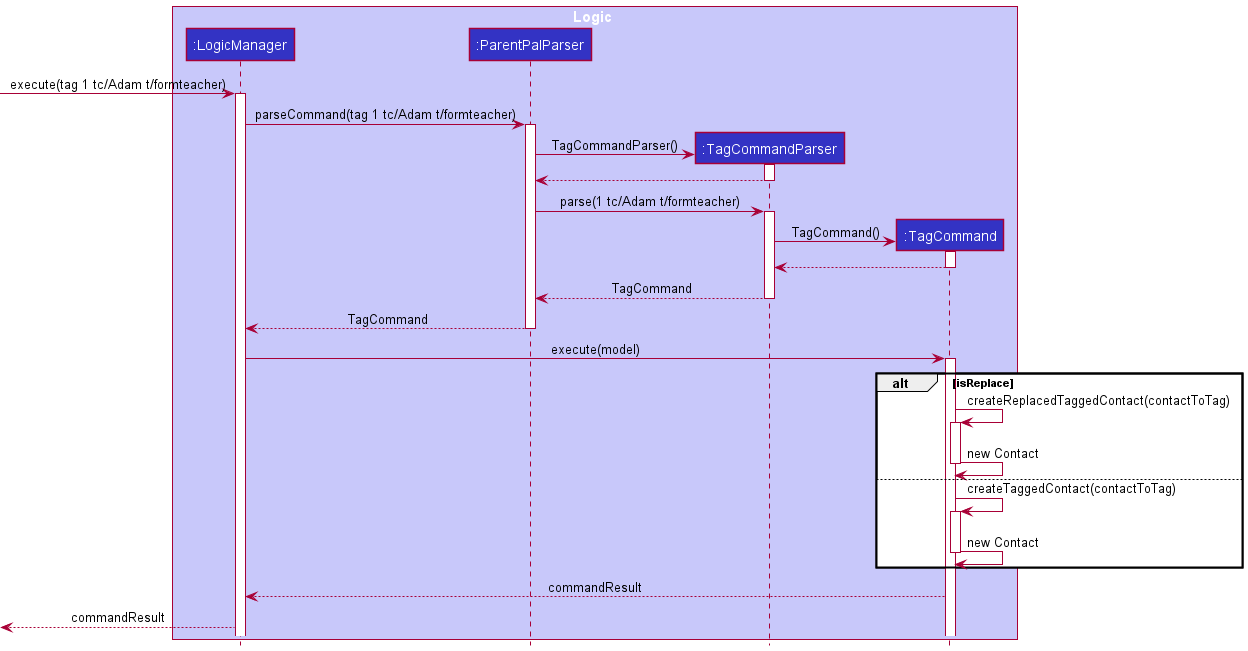
This is docs/images/TagSequenceDiagram.png from nus-cs2103-AY2021S2/tp, a PlantUML export, as it was before one commit.
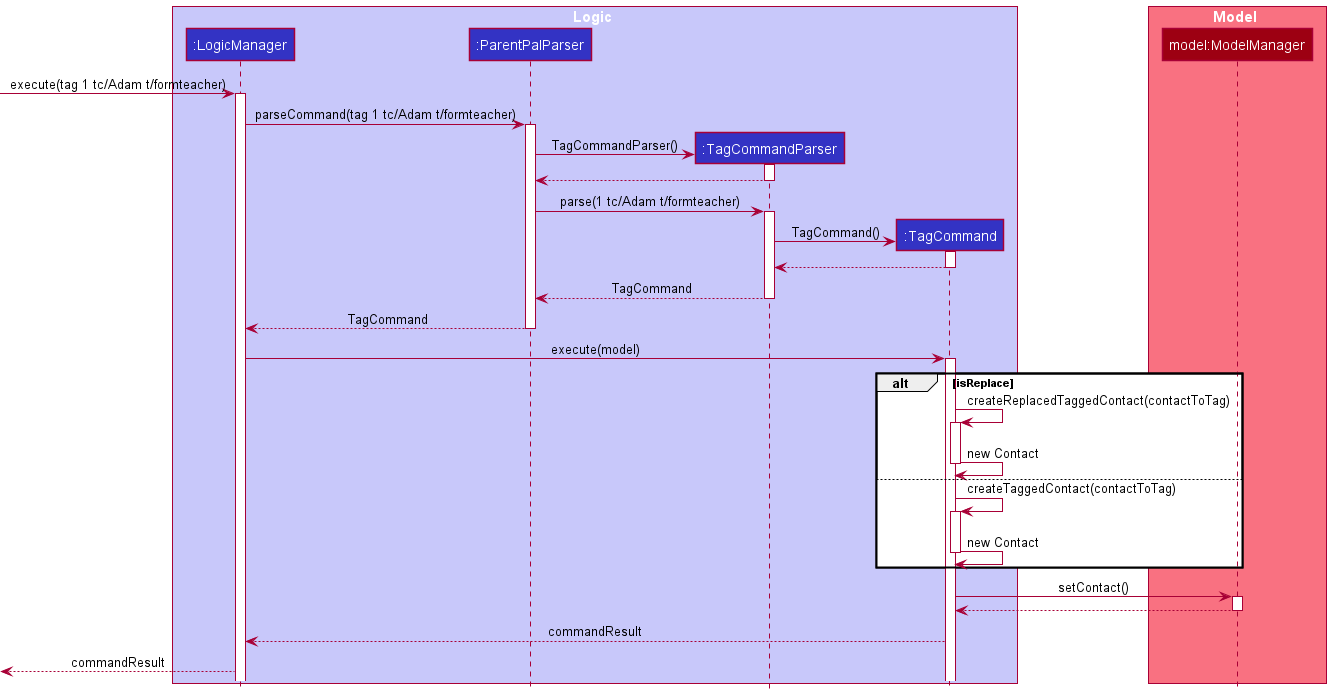
Above is the later version.

Commit message:
Update TagSequenceDiagram, add manual testing instructions for tag.

The edit, as a diff of the source:
```diff
@@ -6,6 +6,10 @@
 participant ":ParentPalParser" as ParentPalParser LOGIC_COLOR
 participant ":TagCommandParser" as TagCommandParser LOGIC_COLOR
 participant ":TagCommand" as TagCommand LOGIC_COLOR
+end box
+
+box Model MODEL_COLOR_T1
+participant "model:ModelManager" as ModelManager MODEL_COLOR
 end box
 
 [-> LogicManager : execute(tag 1 tc/Adam t/formteacher)
@@ -49,6 +53,10 @@
         deactivate TagCommand
 end
 
+TagCommand -> ModelManager : setContact()
+activate ModelManager
+ModelManager --> TagCommand :
+deactivate ModelManager
 TagCommand --> LogicManager: commandResult
 
 LogicManager -->[ : commandResult
```
